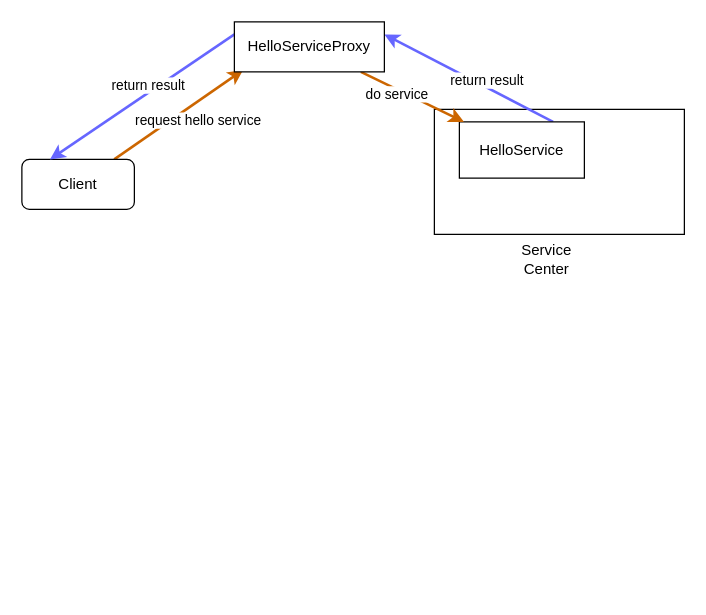
Before: draft.drawio in bankarian/pics, a draw.io diagram. Source tidied: cells renumbered, new cells numbered last; positions are measured from the earlier drawing's top-left corner, leaving out a move shared by most shapes. Both pictures are drawn from the tidied source at 125%, with x=0, y=0 at pixel (21, 21).
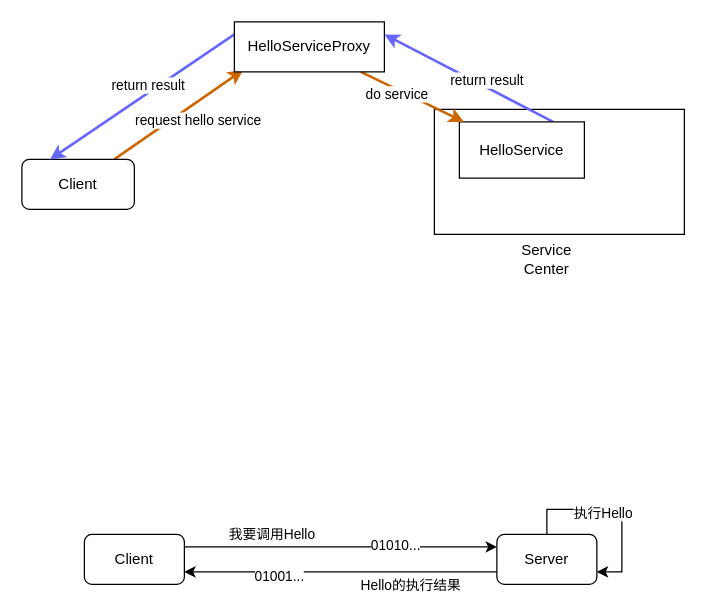
Above is the later version.

Diff of the diagram source:
```diff
@@
+    <mxCell id="14" value="我要调用Hello" style="edgeStyle=orthogonalEdgeStyle;rounded=0;jettySize=auto;html=1;entryX=0;entryY=0.25;entryDx=0;entryDy=0;" parent="1" edge="1" source="16" target="20">
+      <mxGeometry x="-0.44" y="10" relative="1" as="geometry">
+        <Array as="points">
+          <mxPoint x="200" y="420" />
+          <mxPoint x="200" y="420" />
+        </Array>
+      </mxGeometry>
+    </mxCell>
+    <mxCell id="15" value="01010..." style="edgeLabel;html=1;align=center;verticalAlign=middle;" parent="14" vertex="1">
+      <mxGeometry x="0.34" y="2" relative="1" as="geometry" />
+    </mxCell>
+    <mxCell id="16" value="Client" style="rounded=1;whiteSpace=wrap;html=1;" parent="1" vertex="1">
+      <mxGeometry x="50" y="410" width="80" height="40" as="geometry" />
+    </mxCell>
+    <mxCell id="17" style="edgeStyle=orthogonalEdgeStyle;rounded=0;jettySize=auto;html=1;entryX=1;entryY=0.75;entryDx=0;entryDy=0;" parent="1" edge="1" source="20" target="16">
+      <mxGeometry relative="1" as="geometry">
+        <Array as="points">
+          <mxPoint x="220" y="440" />
+          <mxPoint x="220" y="440" />
+        </Array>
+      </mxGeometry>
+    </mxCell>
+    <mxCell id="18" value="Hello的执行结果" style="edgeLabel;html=1;align=center;verticalAlign=middle;" parent="17" vertex="1">
+      <mxGeometry x="0.18" relative="1" as="geometry">
+        <mxPoint x="78" y="10" as="offset" />
+      </mxGeometry>
+    </mxCell>
+    <mxCell id="19" value="01001..." style="edgeLabel;html=1;align=center;verticalAlign=middle;" parent="17" vertex="1">
+      <mxGeometry x="0.4" y="3" relative="1" as="geometry" />
+    </mxCell>
+    <mxCell id="20" value="Server" style="rounded=1;whiteSpace=wrap;html=1;" parent="1" vertex="1">
+      <mxGeometry x="380" y="410" width="80" height="40" as="geometry" />
+    </mxCell>
+    <mxCell id="21" style="edgeStyle=orthogonalEdgeStyle;rounded=0;orthogonalLoop=1;jettySize=auto;html=1;entryX=1;entryY=0.75;entryDx=0;entryDy=0;" parent="1" edge="1" source="20" target="20">
+      <mxGeometry relative="1" as="geometry" />
+    </mxCell>
+    <mxCell id="22" value="执行Hello" style="edgeLabel;html=1;align=center;verticalAlign=middle;" parent="21" vertex="1">
+      <mxGeometry x="-0.15" y="-2" relative="1" as="geometry" />
+    </mxCell>
```
